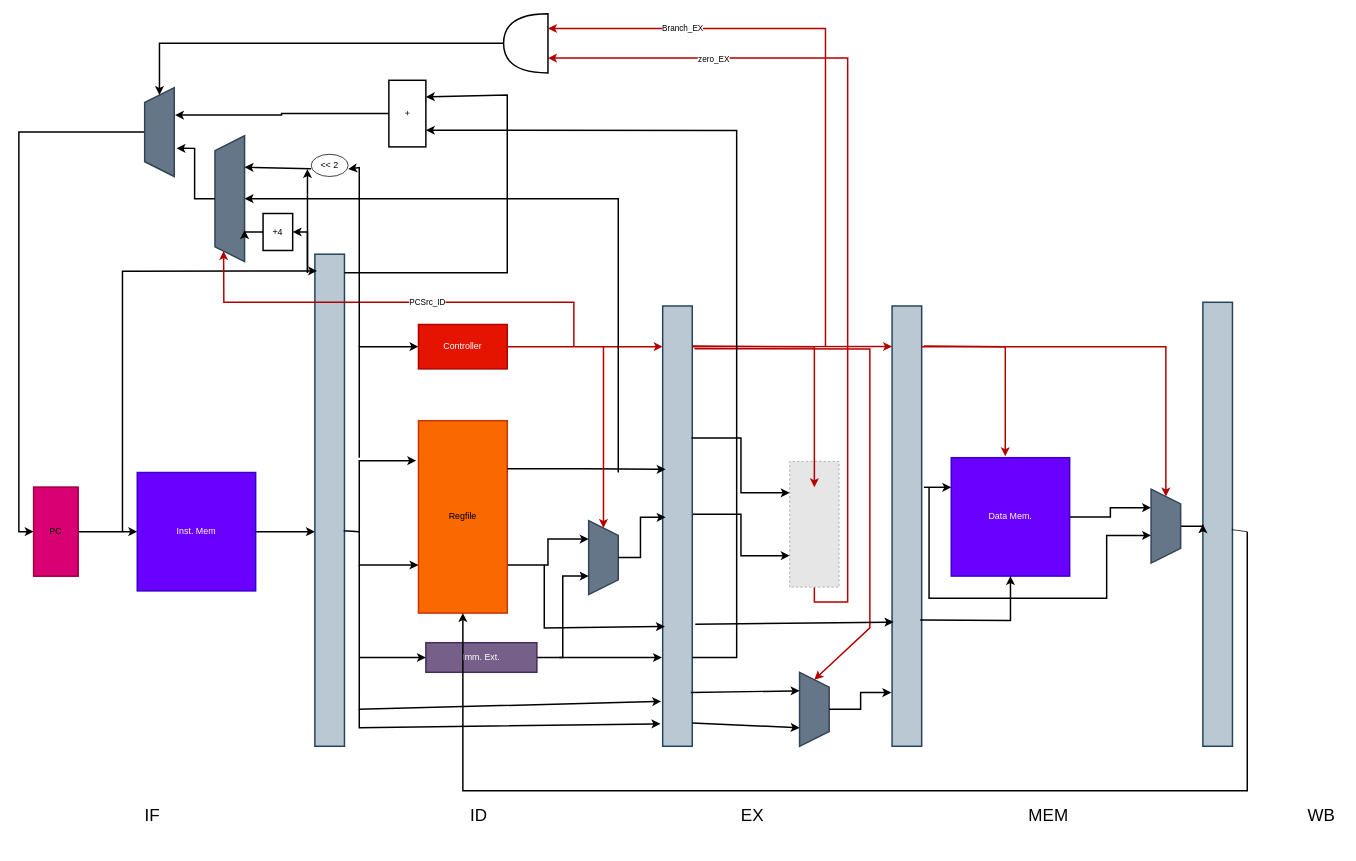
Earlier version of the draw.io diagram docs/Pipeline_Figure.drawio (mrz-gh/Adv_CA_CA1). Source tidied: cells renumbered, new cells numbered last; positions are measured from the earlier drawing's top-left corner, leaving out a move shared by most shapes. Both pictures are drawn from the tidied source at 74%, with x=0, y=0 at pixel (11, 13). Pictures stored in the file or linked from it are replaced by grey dashed boxes.
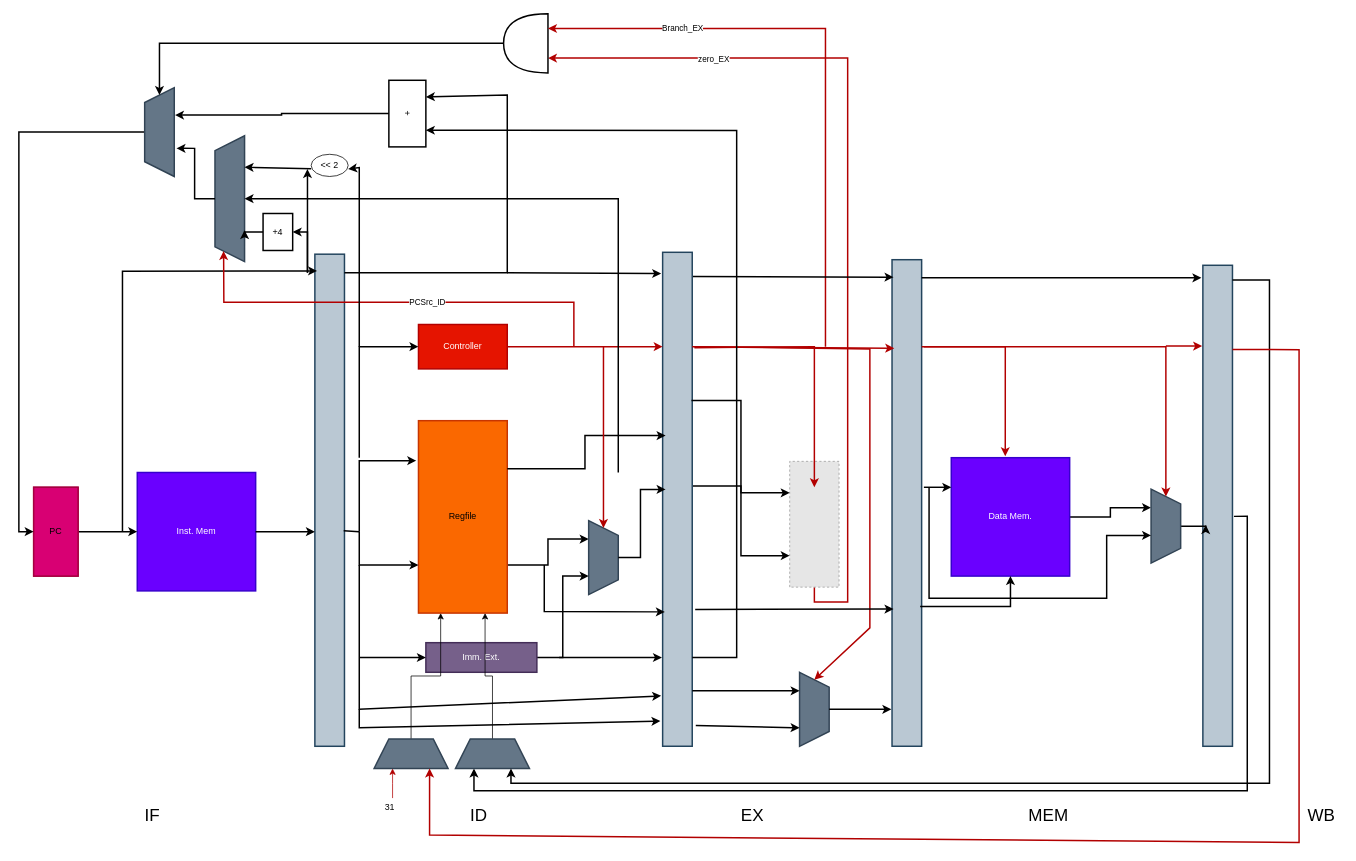
After the change.

The change refers to these unchanged cells:
```xml
<mxCell id="3" style="rounded=0;whiteSpace=wrap;html=1;rotation=90;fillColor=#fa6800;fontColor=#000000;strokeColor=#C73500;strokeWidth=2;" parent="1" vertex="1">
  <mxGeometry x="480" y="620" width="260" height="120" as="geometry" />
</mxCell>
<mxCell id="11" style="fillColor=#E6E6E6;strokeColor=#999999;dashed=1;verticalLabelPosition=bottom;labelBackgroundColor=default;verticalAlign=top;rotation=-90;" parent="1" vertex="1">
  <mxGeometry x="1000" y="656.6" width="170" height="66.7" as="geometry" />
</mxCell>
<mxCell id="13" value="Data Mem." style="rounded=0;whiteSpace=wrap;html=1;fillColor=#6a00ff;fontColor=#ffffff;strokeColor=#3700CC;strokeWidth=2;" parent="1" vertex="1">
  <mxGeometry x="1270" y="600" width="160" height="160" as="geometry" />
</mxCell>
<mxCell id="14" style="shape=trapezoid;perimeter=trapezoidPerimeter;whiteSpace=wrap;html=1;fixedSize=1;rotation=90;fillColor=#647687;fontColor=#ffffff;strokeColor=#314354;strokeWidth=2;" parent="1" vertex="1">
  <mxGeometry x="1035" y="920" width="100" height="40" as="geometry" />
</mxCell>
<mxCell id="16" style="shape=trapezoid;perimeter=trapezoidPerimeter;whiteSpace=wrap;html=1;fixedSize=1;rotation=90;fillColor=#647687;fontColor=#ffffff;strokeColor=#314354;strokeWidth=2;" parent="1" vertex="1">
  <mxGeometry x="1510" y="672.5" width="100" height="40" as="geometry" />
</mxCell>
```

Diff of the diagram source:
```diff
@@
     <mxCell id="6" style="rounded=0;whiteSpace=wrap;html=1;rotation=90;fillColor=#bac8d3;strokeColor=#23445d;strokeWidth=2;" parent="1" vertex="1">
-      <mxGeometry x="602.5" y="672.5" width="595" height="40" as="geometry" />
+      <mxGeometry x="566.2" y="636.2" width="667.5" height="40" as="geometry" />
     </mxCell>
     <mxCell id="7" style="rounded=0;whiteSpace=wrap;html=1;rotation=90;fillColor=#bac8d3;strokeColor=#23445d;strokeWidth=2;" parent="1" vertex="1">
-      <mxGeometry x="912.5" y="672.5" width="595" height="40" as="geometry" />
+      <mxGeometry x="881.2" y="641.2" width="657.5" height="40" as="geometry" />
     </mxCell>
     <mxCell id="8" style="rounded=0;whiteSpace=wrap;html=1;rotation=90;fillColor=#bac8d3;strokeColor=#23445d;strokeWidth=2;" parent="1" vertex="1">
-      <mxGeometry x="1330" y="670" width="600" height="40" as="geometry" />
+      <mxGeometry x="1305" y="645" width="650" height="40" as="geometry" />
     </mxCell>
@@
-    <mxCell id="15" style="edgeStyle=orthogonalEdgeStyle;rounded=0;jettySize=auto;html=1;exitX=0.5;exitY=0;exitDx=0;exitDy=0;entryX=0.5;entryY=1;entryDx=0;entryDy=0;strokeWidth=2;" parent="1" edge="1" source="16" target="8">
+    <mxCell id="15" style="edgeStyle=orthogonalEdgeStyle;rounded=0;jettySize=auto;html=1;exitX=0.5;exitY=0;exitDx=0;exitDy=0;entryX=0.54;entryY=0.902;entryDx=0;entryDy=0;strokeWidth=2;entryPerimeter=0;" parent="1" edge="1" source="16" target="8">
       <mxGeometry relative="1" as="geometry" />
     </mxCell>
@@
     <mxCell id="25" style="endArrow=classic;html=1;rounded=0;entryX=0.728;entryY=0.925;entryDx=0;entryDy=0;entryPerimeter=0;strokeWidth=2;" parent="1" edge="1" target="6">
       <mxGeometry relative="1" as="geometry">
         <mxPoint x="720" y="745" as="sourcePoint" />
         <Array as="points">
-          <mxPoint x="720" y="830" />
+          <mxPoint x="720" y="808" />
         </Array>
       </mxGeometry>
     </mxCell>
@@
-    <mxCell id="27" style="edgeStyle=orthogonalEdgeStyle;rounded=0;jettySize=auto;html=1;exitX=0.5;exitY=0;exitDx=0;exitDy=0;entryX=0.878;entryY=1.025;entryDx=0;entryDy=0;entryPerimeter=0;strokeWidth=2;" parent="1" edge="1" source="14" target="7">
-      <mxGeometry relative="1" as="geometry" />
+    <mxCell id="27" style="edgeStyle=orthogonalEdgeStyle;rounded=0;jettySize=auto;html=1;exitX=0.5;exitY=0;exitDx=0;exitDy=0;strokeWidth=2;" parent="1" edge="1" source="14">
+      <mxGeometry relative="1" as="geometry">
+        <mxPoint x="1189" y="940" as="targetPoint" />
+      </mxGeometry>
     </mxCell>
@@
-    <mxCell id="33" style="endArrow=classic;html=1;rounded=0;entryX=0.25;entryY=1;entryDx=0;entryDy=0;exitX=0.878;exitY=0.05;exitDx=0;exitDy=0;exitPerimeter=0;strokeWidth=2;" parent="1" edge="1" source="6" target="14">
-      <mxGeometry relative="1" as="geometry" />
+    <mxCell id="33" style="endArrow=classic;html=1;rounded=0;entryX=0.25;entryY=1;entryDx=0;entryDy=0;strokeWidth=2;" parent="1" edge="1" target="14">
+      <mxGeometry relative="1" as="geometry">
+        <mxPoint x="920" y="915" as="sourcePoint" />
+      </mxGeometry>
     </mxCell>
-    <mxCell id="34" style="endArrow=classic;html=1;rounded=0;entryX=0.75;entryY=1;entryDx=0;entryDy=0;exitX=0.947;exitY=0;exitDx=0;exitDy=0;exitPerimeter=0;strokeWidth=2;" parent="1" edge="1" source="6" target="14">
+    <mxCell id="34" style="endArrow=classic;html=1;rounded=0;entryX=0.75;entryY=1;entryDx=0;entryDy=0;exitX=0.958;exitY=-0.12;exitDx=0;exitDy=0;exitPerimeter=0;strokeWidth=2;" parent="1" edge="1" source="6" target="14">
       <mxGeometry relative="1" as="geometry" />
     </mxCell>
@@
-    <mxCell id="41" style="endArrow=classic;html=1;rounded=0;exitX=0.091;exitY=0;exitDx=0;exitDy=0;exitPerimeter=0;entryX=0.794;entryY=0.5;entryDx=0;entryDy=0;fillColor=#e51400;strokeColor=#B20000;entryPerimeter=0;strokeWidth=2;" parent="1" edge="1" source="6" target="11">
+    <mxCell id="41" style="endArrow=classic;html=1;rounded=0;exitX=0.193;exitY=-0.075;exitDx=0;exitDy=0;exitPerimeter=0;entryX=0.794;entryY=0.5;entryDx=0;entryDy=0;fillColor=#e51400;strokeColor=#B20000;entryPerimeter=0;strokeWidth=2;" parent="1" edge="1" source="6" target="11">
       <mxGeometry relative="1" as="geometry">
         <Array as="points">
           <mxPoint x="1085" y="450" />
         </Array>
       </mxGeometry>
     </mxCell>
-    <mxCell id="42" style="endArrow=classic;html=1;rounded=0;exitX=0.097;exitY=-0.075;exitDx=0;exitDy=0;exitPerimeter=0;entryX=0;entryY=0.5;entryDx=0;entryDy=0;fillColor=#e51400;strokeColor=#B20000;strokeWidth=2;" parent="1" edge="1" source="6" target="14">
+    <mxCell id="42" style="endArrow=classic;html=1;rounded=0;entryX=0;entryY=0.5;entryDx=0;entryDy=0;fillColor=#e51400;strokeColor=#B20000;strokeWidth=2;" parent="1" edge="1" target="14">
       <mxGeometry relative="1" as="geometry">
+        <mxPoint x="923" y="450" as="sourcePoint" />
         <Array as="points">
           <mxPoint x="1160" y="453" />
           <mxPoint x="1160" y="830" />
         </Array>
       </mxGeometry>
     </mxCell>
@@
     <mxCell id="45" style="endArrow=classic;html=1;rounded=0;entryX=0.5;entryY=1;entryDx=0;entryDy=0;exitX=0.713;exitY=0.05;exitDx=0;exitDy=0;exitPerimeter=0;strokeWidth=2;" parent="1" edge="1" source="7" target="13">
       <mxGeometry relative="1" as="geometry">
         <Array as="points">
-          <mxPoint x="1350" y="820" />
+          <mxPoint x="1350" y="801" />
         </Array>
       </mxGeometry>
     </mxCell>
-    <mxCell id="46" style="endArrow=classic;html=1;rounded=0;entryX=0.092;entryY=1;entryDx=0;entryDy=0;entryPerimeter=0;fillColor=#e51400;strokeColor=#B20000;strokeWidth=2;" parent="1" edge="1" target="7">
+    <mxCell id="46" style="endArrow=classic;html=1;rounded=0;entryX=0.182;entryY=0.925;entryDx=0;entryDy=0;entryPerimeter=0;fillColor=#e51400;strokeColor=#B20000;strokeWidth=2;" parent="1" edge="1" target="7">
       <mxGeometry relative="1" as="geometry">
         <mxPoint x="920" y="450" as="sourcePoint" />
       </mxGeometry>
     </mxCell>
-    <mxCell id="47" style="endArrow=classic;html=1;rounded=0;exitX=0.091;exitY=-0.075;exitDx=0;exitDy=0;exitPerimeter=0;entryX=0.456;entryY=-0.012;entryDx=0;entryDy=0;entryPerimeter=0;fillColor=#e51400;strokeColor=#B20000;strokeWidth=2;" parent="1" edge="1" source="7" target="13">
+    <mxCell id="47" style="endArrow=classic;html=1;rounded=0;entryX=0.456;entryY=-0.012;entryDx=0;entryDy=0;entryPerimeter=0;fillColor=#e51400;strokeColor=#B20000;strokeWidth=2;" parent="1" edge="1" target="13">
       <mxGeometry relative="1" as="geometry">
+        <mxPoint x="1233" y="450" as="sourcePoint" />
         <Array as="points">
           <mxPoint x="1343" y="450" />
         </Array>
       </mxGeometry>
     </mxCell>
@@
-    <mxCell id="76" style="endArrow=classic;html=1;rounded=0;entryX=1;entryY=0.5;entryDx=0;entryDy=0;strokeWidth=2;" parent="1" edge="1" target="3">
+    <mxCell id="76" style="endArrow=classic;html=1;rounded=0;strokeWidth=2;exitX=0.522;exitY=-0.05;exitDx=0;exitDy=0;exitPerimeter=0;entryX=0.25;entryY=1;entryDx=0;entryDy=0;" parent="1" edge="1" source="8" target="85">
       <mxGeometry relative="1" as="geometry">
-        <mxPoint x="1670" y="700" as="sourcePoint" />
         <Array as="points">
+          <mxPoint x="1670" y="679" />
           <mxPoint x="1670" y="1050" />
           <mxPoint x="1030" y="1050" />
-          <mxPoint x="610" y="1050" />
+          <mxPoint x="625" y="1050" />
         </Array>
       </mxGeometry>
     </mxCell>
-    <mxCell id="77" style="endArrow=none;html=1;rounded=0;exitX=0.512;exitY=0.025;exitDx=0;exitDy=0;exitPerimeter=0;endFill=0;" parent="1" edge="1" source="8">
-      <mxGeometry relative="1" as="geometry">
-        <mxPoint x="1670" y="700" as="targetPoint" />
-      </mxGeometry>
-    </mxCell>
@@
+    <mxCell id="84" style="edgeStyle=orthogonalEdgeStyle;rounded=0;jettySize=auto;html=1;exitX=0.5;exitY=0;exitDx=0;exitDy=0;entryX=1;entryY=0.25;entryDx=0;entryDy=0;" parent="1" edge="1" source="85" target="3">
+      <mxGeometry relative="1" as="geometry" />
+    </mxCell>
+    <mxCell id="85" style="shape=trapezoid;perimeter=trapezoidPerimeter;whiteSpace=wrap;html=1;fixedSize=1;rotation=0;fillColor=#647687;fontColor=#ffffff;strokeColor=#314354;strokeWidth=2;" parent="1" vertex="1">
+      <mxGeometry x="600" y="980" width="100" height="40" as="geometry" />
+    </mxCell>
+    <mxCell id="86" style="endArrow=classic;html=1;rounded=0;entryX=0.043;entryY=1.05;entryDx=0;entryDy=0;entryPerimeter=0;strokeWidth=2;" parent="1" edge="1" target="6">
+      <mxGeometry relative="1" as="geometry">
+        <mxPoint x="670" y="350" as="sourcePoint" />
+      </mxGeometry>
+    </mxCell>
+    <mxCell id="87" style="endArrow=classic;html=1;rounded=0;entryX=0.036;entryY=0.95;entryDx=0;entryDy=0;entryPerimeter=0;exitX=0.049;exitY=-0.025;exitDx=0;exitDy=0;exitPerimeter=0;strokeWidth=2;" parent="1" edge="1" source="6" target="7">
+      <mxGeometry relative="1" as="geometry" />
+    </mxCell>
+    <mxCell id="88" style="endArrow=classic;html=1;rounded=0;exitX=0.037;exitY=0;exitDx=0;exitDy=0;exitPerimeter=0;entryX=0.026;entryY=1.05;entryDx=0;entryDy=0;entryPerimeter=0;strokeWidth=2;" parent="1" edge="1" source="7" target="8">
+      <mxGeometry relative="1" as="geometry" />
+    </mxCell>
+    <mxCell id="89" style="endArrow=classic;html=1;rounded=0;entryX=0.75;entryY=1;entryDx=0;entryDy=0;strokeWidth=2;" parent="1" edge="1" target="85">
+      <mxGeometry relative="1" as="geometry">
+        <mxPoint x="1650" y="360" as="sourcePoint" />
+        <Array as="points">
+          <mxPoint x="1700" y="360" />
+          <mxPoint x="1700" y="1040" />
+          <mxPoint x="675" y="1040" />
+        </Array>
+      </mxGeometry>
+    </mxCell>
+    <mxCell id="90" style="edgeStyle=orthogonalEdgeStyle;rounded=0;jettySize=auto;html=1;exitX=0.5;exitY=0;exitDx=0;exitDy=0;entryX=1;entryY=0.75;entryDx=0;entryDy=0;" parent="1" edge="1" source="92" target="3">
+      <mxGeometry relative="1" as="geometry" />
+    </mxCell>
+    <mxCell id="91" style="edgeStyle=orthogonalEdgeStyle;rounded=0;jettySize=auto;html=1;exitX=0.25;exitY=1;exitDx=0;exitDy=0;startArrow=classic;startFill=1;endArrow=none;endFill=0;fillColor=#e51400;strokeColor=#B20000;" parent="1" edge="1" source="92">
+      <mxGeometry relative="1" as="geometry">
+        <mxPoint x="515" y="1060" as="targetPoint" />
+      </mxGeometry>
+    </mxCell>
+    <mxCell id="92" style="shape=trapezoid;perimeter=trapezoidPerimeter;whiteSpace=wrap;html=1;fixedSize=1;rotation=0;fillColor=#647687;fontColor=#ffffff;strokeColor=#314354;strokeWidth=2;" parent="1" vertex="1">
+      <mxGeometry x="490" y="980" width="100" height="40" as="geometry" />
+    </mxCell>
+    <mxCell id="93" value="31" style="text;html=1;align=center;verticalAlign=middle;strokeColor=none;fillColor=none;" parent="1" vertex="1">
+      <mxGeometry x="491" y="1058" width="40" height="30" as="geometry" />
+    </mxCell>
+    <mxCell id="94" style="endArrow=classic;html=1;rounded=0;entryX=0.168;entryY=1.025;entryDx=0;entryDy=0;entryPerimeter=0;strokeWidth=2;fillColor=#e51400;strokeColor=#B20000;" parent="1" edge="1" target="8">
+      <mxGeometry relative="1" as="geometry">
+        <mxPoint x="1560" y="449" as="sourcePoint" />
+      </mxGeometry>
+    </mxCell>
+    <mxCell id="95" style="endArrow=classic;html=1;rounded=0;exitX=0.175;exitY=0;exitDx=0;exitDy=0;exitPerimeter=0;entryX=0.75;entryY=1;entryDx=0;entryDy=0;fillColor=#e51400;strokeColor=#B20000;strokeWidth=2;" parent="1" edge="1" source="8" target="92">
+      <mxGeometry relative="1" as="geometry">
+        <Array as="points">
+          <mxPoint x="1740" y="454" />
+          <mxPoint x="1740" y="1120" />
+          <mxPoint x="565" y="1110" />
+        </Array>
+      </mxGeometry>
+    </mxCell>
```
